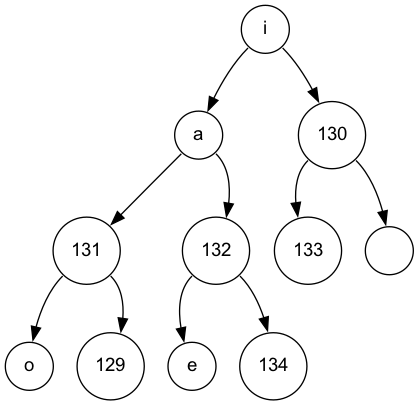
This is fichiers_viz/minimier_etape_7.png from Procuste34/codage_huffman_c, a Graphviz export, as it was before one commit. Its source is kept beside it as fichiers_viz/minimier_etape_7.dot.
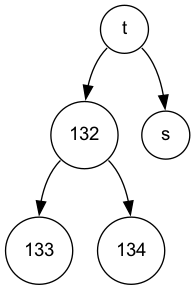
After the change.

Diff of the diagram source:
```diff
@@ -1,24 +1,12 @@
 digraph POT_test {
 node [fontname="Arial", shape="circle", width=0.5];
-105 [label = "i"]
-105:sw -> 97
-105:se -> 130
-97 [label = "a"]
-97:sw -> 131
-97:se -> 132
-131 [label = "131"]
-131:sw -> 111
-131:se -> 129
-111 [label = "o"]
-129 [label = "129"]
+116 [label = "t"]
+116:sw -> 132
+116:se -> 115
 132 [label = "132"]
-132:sw -> 101
+132:sw -> 133
 132:se -> 134
-101 [label = "e"]
+133 [label = "133"]
 134 [label = "134"]
-130 [label = "130"]
-130:sw -> 133
-130:se -> 32
-133 [label = "133"]
-32 [label = " "]
+115 [label = "s"]
 }
```
